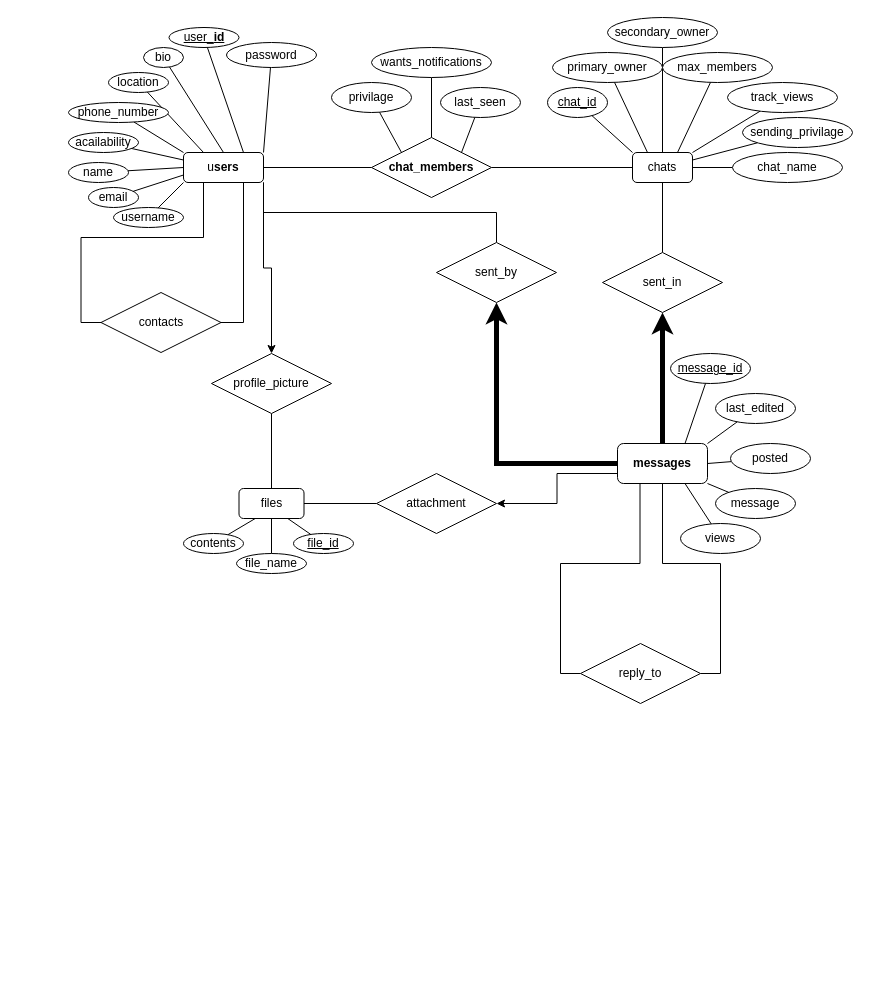
Earlier version of the draw.io diagram ER Diagram.drawio (ParkerTenBroeck/COSC_3P32). Source tidied: cells renumbered, new cells numbered last; positions are measured from the earlier drawing's top-left corner, leaving out a move shared by most shapes. Both pictures are drawn from the tidied source at 100%, with x=0, y=0 at pixel (68, 17).
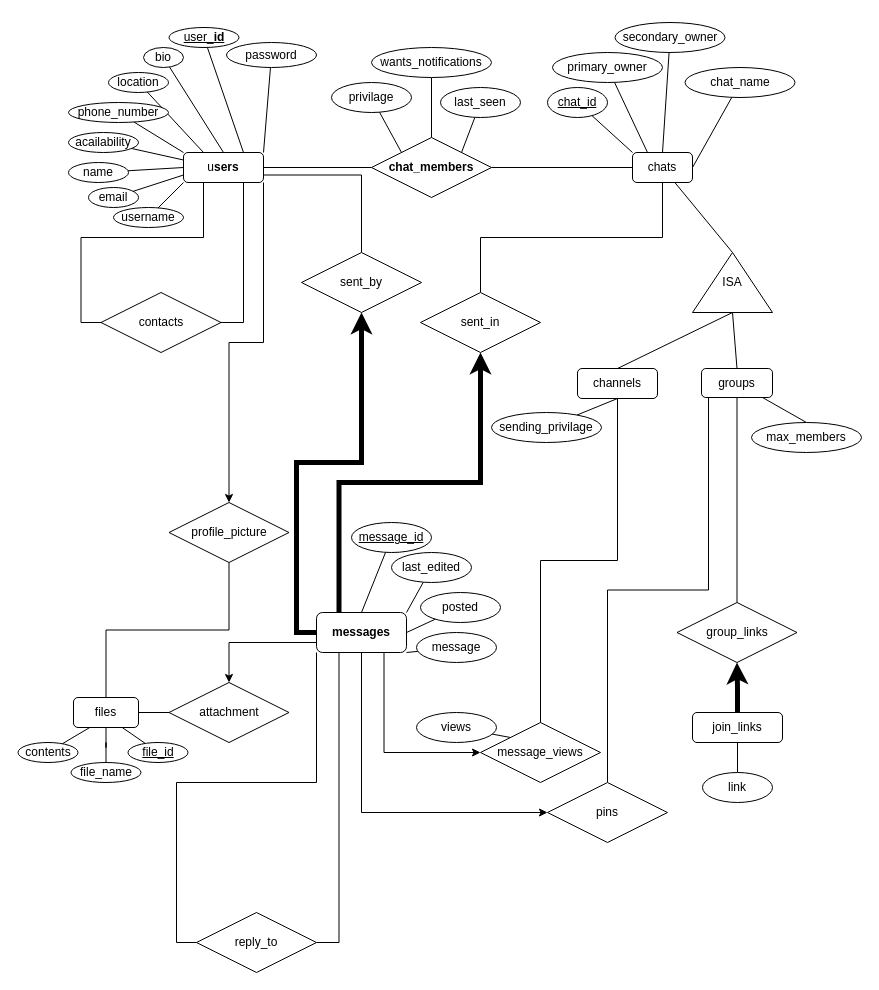
The same diagram, later.

Unchanged cells that the change refers to:
```xml
<mxCell id="22" value="u&lt;span style=&quot;font-weight: 700; background-color: initial;&quot;&gt;sers&lt;/span&gt;" style="rounded=1;whiteSpace=wrap;html=1;" parent="1" vertex="1">
  <mxGeometry x="115" y="135" width="80" height="30" as="geometry" />
</mxCell>
<mxCell id="39" value="chats" style="rounded=1;whiteSpace=wrap;html=1;" parent="1" vertex="1">
  <mxGeometry x="564" y="135" width="60" height="30" as="geometry" />
</mxCell>
```

Change to the diagram source:
```diff
@@
-    <mxCell id="19" style="edgeStyle=orthogonalEdgeStyle;rounded=0;jettySize=auto;html=1;exitX=1;exitY=1;exitDx=0;exitDy=0;endArrow=none;endFill=0;" parent="1" edge="1" source="22" target="63">
+    <mxCell id="19" style="edgeStyle=orthogonalEdgeStyle;rounded=0;jettySize=auto;html=1;exitX=1;exitY=0.75;exitDx=0;exitDy=0;endArrow=none;endFill=0;" parent="1" edge="1" source="22" target="63">
       <mxGeometry relative="1" as="geometry" />
     </mxCell>
@@
-    <mxCell id="32" style="rounded=0;jettySize=auto;html=1;exitX=0.75;exitY=0;exitDx=0;exitDy=0;endArrow=none;endFill=0;" parent="1" edge="1" source="39" target="45">
-      <mxGeometry relative="1" as="geometry" />
-    </mxCell>
-    <mxCell id="33" style="rounded=0;jettySize=auto;html=1;exitX=1;exitY=0;exitDx=0;exitDy=0;endArrow=none;endFill=0;" parent="1" edge="1" source="39" target="44">
-      <mxGeometry relative="1" as="geometry" />
-    </mxCell>
-    <mxCell id="34" style="rounded=0;jettySize=auto;html=1;exitX=1;exitY=0.25;exitDx=0;exitDy=0;endArrow=none;endFill=0;" parent="1" edge="1" source="39" target="43">
-      <mxGeometry relative="1" as="geometry" />
-    </mxCell>
@@
     <mxCell id="42" value="secondary_owner" style="ellipse;whiteSpace=wrap;html=1;" parent="1" vertex="1">
-      <mxGeometry x="539" width="110" height="30" as="geometry" />
+      <mxGeometry x="546.5" y="5" width="110" height="30" as="geometry" />
     </mxCell>
     <mxCell id="43" value="sending_privilage" style="ellipse;whiteSpace=wrap;html=1;" parent="1" vertex="1">
-      <mxGeometry x="674" y="100" width="110" height="30" as="geometry" />
+      <mxGeometry x="423" y="395" width="110" height="30" as="geometry" />
     </mxCell>
-    <mxCell id="44" value="track_views" style="ellipse;whiteSpace=wrap;html=1;" parent="1" vertex="1">
-      <mxGeometry x="659" y="65" width="110" height="30" as="geometry" />
-    </mxCell>
-    <mxCell id="45" value="max_members" style="ellipse;whiteSpace=wrap;html=1;" parent="1" vertex="1">
-      <mxGeometry x="594" y="35" width="110" height="30" as="geometry" />
-    </mxCell>
     <mxCell id="46" value="chat_name" style="ellipse;whiteSpace=wrap;html=1;" parent="1" vertex="1">
-      <mxGeometry x="664" y="135" width="110" height="30" as="geometry" />
+      <mxGeometry x="616.5" y="50" width="110" height="30" as="geometry" />
     </mxCell>
-    <mxCell id="47" style="edgeStyle=orthogonalEdgeStyle;rounded=0;jettySize=auto;html=1;exitX=0.5;exitY=0;exitDx=0;exitDy=0;strokeWidth=5;" parent="1" edge="1" source="57" target="62">
+    <mxCell id="47" style="edgeStyle=orthogonalEdgeStyle;rounded=0;jettySize=auto;html=1;exitX=0.25;exitY=0;exitDx=0;exitDy=0;strokeWidth=5;" parent="1" edge="1" source="57" target="62">
       <mxGeometry relative="1" as="geometry" />
     </mxCell>
@@
-    <mxCell id="49" style="rounded=0;jettySize=auto;html=1;exitX=0.75;exitY=0;exitDx=0;exitDy=0;endArrow=none;endFill=0;" parent="1" edge="1" source="57" target="58">
+    <mxCell id="49" style="rounded=0;jettySize=auto;html=1;exitX=0.5;exitY=0;exitDx=0;exitDy=0;endArrow=none;endFill=0;" parent="1" edge="1" source="57" target="58">
       <mxGeometry relative="1" as="geometry" />
     </mxCell>
@@
-    <mxCell id="53" style="rounded=0;jettySize=auto;html=1;exitX=0.75;exitY=1;exitDx=0;exitDy=0;endArrow=none;endFill=0;" parent="1" edge="1" source="57" target="74">
-      <mxGeometry relative="1" as="geometry" />
-    </mxCell>
@@
-    <mxCell id="55" style="edgeStyle=orthogonalEdgeStyle;rounded=0;jettySize=auto;html=1;exitX=0.5;exitY=1;exitDx=0;exitDy=0;entryX=1;entryY=0.5;entryDx=0;entryDy=0;endArrow=none;endFill=0;" parent="1" edge="1" source="57" target="78">
+    <mxCell id="55" style="edgeStyle=orthogonalEdgeStyle;rounded=0;jettySize=auto;html=1;exitX=0.25;exitY=1;exitDx=0;exitDy=0;entryX=1;entryY=0.5;entryDx=0;entryDy=0;endArrow=none;endFill=0;" parent="1" edge="1" source="57" target="78">
       <mxGeometry relative="1" as="geometry" />
     </mxCell>
-    <mxCell id="56" style="edgeStyle=orthogonalEdgeStyle;rounded=0;jettySize=auto;html=1;exitX=0.25;exitY=1;exitDx=0;exitDy=0;entryX=0;entryY=0.5;entryDx=0;entryDy=0;endArrow=none;endFill=0;" parent="1" edge="1" source="57" target="78">
+    <mxCell id="56" style="edgeStyle=orthogonalEdgeStyle;rounded=0;jettySize=auto;html=1;exitX=0;exitY=1;exitDx=0;exitDy=0;entryX=0;entryY=0.5;entryDx=0;entryDy=0;endArrow=none;endFill=0;" parent="1" edge="1" source="57" target="78">
       <mxGeometry relative="1" as="geometry" />
     </mxCell>
+    <mxCell id="81" style="edgeStyle=orthogonalEdgeStyle;rounded=0;jettySize=auto;html=1;exitX=0.75;exitY=1;exitDx=0;exitDy=0;entryX=0;entryY=0.5;entryDx=0;entryDy=0;" parent="1" edge="1" source="57" target="96">
+      <mxGeometry relative="1" as="geometry" />
+    </mxCell>
     <mxCell id="57" value="&lt;span style=&quot;font-weight: 700; text-wrap: nowrap;&quot;&gt;messages&lt;/span&gt;" style="rounded=1;whiteSpace=wrap;html=1;" parent="1" vertex="1">
-      <mxGeometry x="549" y="426" width="90" height="40" as="geometry" />
+      <mxGeometry x="248" y="595" width="90" height="40" as="geometry" />
     </mxCell>
     <mxCell id="58" value="&lt;u&gt;message_id&lt;/u&gt;" style="ellipse;whiteSpace=wrap;html=1;" parent="1" vertex="1">
-      <mxGeometry x="602" y="336" width="80" height="30" as="geometry" />
+      <mxGeometry x="283" y="505" width="80" height="30" as="geometry" />
     </mxCell>
     <mxCell id="59" value="message" style="ellipse;whiteSpace=wrap;html=1;" parent="1" vertex="1">
-      <mxGeometry x="647" y="471" width="80" height="30" as="geometry" />
+      <mxGeometry x="348" y="615" width="80" height="30" as="geometry" />
     </mxCell>
     <mxCell id="60" value="&lt;span style=&quot;text-align: left;&quot;&gt;posted&lt;/span&gt;" style="ellipse;whiteSpace=wrap;html=1;" parent="1" vertex="1">
-      <mxGeometry x="662" y="426" width="80" height="30" as="geometry" />
+      <mxGeometry x="352" y="575" width="80" height="30" as="geometry" />
     </mxCell>
     <mxCell id="61" value="&lt;span style=&quot;text-align: left;&quot;&gt;last_edited&lt;/span&gt;" style="ellipse;whiteSpace=wrap;html=1;" parent="1" vertex="1">
-      <mxGeometry x="647" y="376" width="80" height="30" as="geometry" />
+      <mxGeometry x="323" y="535" width="80" height="30" as="geometry" />
     </mxCell>
     <mxCell id="62" value="sent_in" style="shape=rhombus;perimeter=rhombusPerimeter;whiteSpace=wrap;html=1;align=center;" parent="1" vertex="1">
-      <mxGeometry x="534" y="235" width="120" height="60" as="geometry" />
+      <mxGeometry x="352" y="275" width="120" height="60" as="geometry" />
     </mxCell>
     <mxCell id="63" value="sent_by" style="shape=rhombus;perimeter=rhombusPerimeter;whiteSpace=wrap;html=1;align=center;" parent="1" vertex="1">
-      <mxGeometry x="368" y="225" width="120" height="60" as="geometry" />
+      <mxGeometry x="233" y="235" width="120" height="60" as="geometry" />
     </mxCell>
@@
     <mxCell id="65" value="attachment" style="shape=rhombus;perimeter=rhombusPerimeter;whiteSpace=wrap;html=1;align=center;" parent="1" vertex="1">
-      <mxGeometry x="308" y="456" width="120" height="60" as="geometry" />
+      <mxGeometry x="100.5" y="665" width="120" height="60" as="geometry" />
     </mxCell>
@@
     <mxCell id="68" value="files" style="rounded=1;whiteSpace=wrap;html=1;" parent="1" vertex="1">
-      <mxGeometry x="170.5" y="471" width="65" height="30" as="geometry" />
+      <mxGeometry x="5" y="680" width="65" height="30" as="geometry" />
     </mxCell>
     <mxCell id="69" value="&lt;u&gt;file_id&lt;/u&gt;" style="ellipse;whiteSpace=wrap;html=1;" parent="1" vertex="1">
-      <mxGeometry x="225" y="516" width="60" height="20" as="geometry" />
+      <mxGeometry x="59.5" y="725" width="60" height="20" as="geometry" />
     </mxCell>
@@
     <mxCell id="71" value="file_name" style="ellipse;whiteSpace=wrap;html=1;" parent="1" vertex="1">
-      <mxGeometry x="168" y="536" width="70" height="20" as="geometry" />
+      <mxGeometry x="2.5" y="745" width="70" height="20" as="geometry" />
     </mxCell>
     <mxCell id="72" value="contents" style="ellipse;whiteSpace=wrap;html=1;" parent="1" vertex="1">
-      <mxGeometry x="115" y="516" width="60" height="20" as="geometry" />
+      <mxGeometry x="-50.5" y="725" width="60" height="20" as="geometry" />
     </mxCell>
@@
     <mxCell id="74" value="&lt;span style=&quot;text-align: left;&quot;&gt;views&lt;/span&gt;" style="ellipse;whiteSpace=wrap;html=1;" parent="1" vertex="1">
-      <mxGeometry x="612" y="506" width="80" height="30" as="geometry" />
+      <mxGeometry x="348" y="695" width="80" height="30" as="geometry" />
     </mxCell>
@@
     <mxCell id="76" value="profile_picture" style="shape=rhombus;perimeter=rhombusPerimeter;whiteSpace=wrap;html=1;align=center;" parent="1" vertex="1">
-      <mxGeometry x="143" y="336" width="120" height="60" as="geometry" />
+      <mxGeometry x="100.5" y="485" width="120" height="60" as="geometry" />
     </mxCell>
@@
     <mxCell id="78" value="reply_to" style="shape=rhombus;perimeter=rhombusPerimeter;whiteSpace=wrap;html=1;align=center;" parent="1" vertex="1">
-      <mxGeometry x="512" y="626" width="120" height="60" as="geometry" />
+      <mxGeometry x="128" y="895" width="120" height="60" as="geometry" />
     </mxCell>
@@
+    <mxCell id="82" style="rounded=0;jettySize=auto;html=1;exitX=1;exitY=0.5;exitDx=0;exitDy=0;endArrow=none;endFill=0;" parent="1" edge="1" source="83" target="39">
+      <mxGeometry relative="1" as="geometry" />
+    </mxCell>
+    <mxCell id="83" value="ISA" style="triangle;whiteSpace=wrap;html=1;direction=north;" parent="1" vertex="1">
+      <mxGeometry x="624" y="235" width="80" height="60" as="geometry" />
+    </mxCell>
+    <mxCell id="84" style="rounded=0;jettySize=auto;html=1;exitX=0.5;exitY=0;exitDx=0;exitDy=0;entryX=0;entryY=0.5;entryDx=0;entryDy=0;endArrow=none;endFill=0;" parent="1" edge="1" source="87" target="83">
+      <mxGeometry relative="1" as="geometry" />
+    </mxCell>
+    <mxCell id="85" style="edgeStyle=orthogonalEdgeStyle;rounded=0;jettySize=auto;html=1;exitX=0.099;exitY=0.966;exitDx=0;exitDy=0;endArrow=none;endFill=0;exitPerimeter=0;" parent="1" edge="1" source="87" target="93">
+      <mxGeometry relative="1" as="geometry" />
+    </mxCell>
+    <mxCell id="86" style="edgeStyle=orthogonalEdgeStyle;rounded=0;jettySize=auto;html=1;exitX=0.5;exitY=1;exitDx=0;exitDy=0;endArrow=none;endFill=0;" parent="1" edge="1" source="87" target="101">
+      <mxGeometry relative="1" as="geometry" />
+    </mxCell>
+    <mxCell id="87" value="groups" style="rounded=1;whiteSpace=wrap;html=1;" parent="1" vertex="1">
+      <mxGeometry x="633" y="351" width="71" height="29" as="geometry" />
+    </mxCell>
+    <mxCell id="88" style="rounded=0;jettySize=auto;html=1;exitX=0.5;exitY=0;exitDx=0;exitDy=0;entryX=0;entryY=0.5;entryDx=0;entryDy=0;endArrow=none;endFill=0;" parent="1" edge="1" source="90" target="83">
+      <mxGeometry relative="1" as="geometry" />
+    </mxCell>
+    <mxCell id="89" style="rounded=0;jettySize=auto;html=1;exitX=0.5;exitY=1;exitDx=0;exitDy=0;endArrow=none;endFill=0;" parent="1" edge="1" source="90" target="43">
+      <mxGeometry relative="1" as="geometry" />
+    </mxCell>
+    <mxCell id="90" value="channels" style="rounded=1;whiteSpace=wrap;html=1;" parent="1" vertex="1">
+      <mxGeometry x="509" y="351" width="80" height="30" as="geometry" />
+    </mxCell>
+    <mxCell id="91" style="rounded=0;jettySize=auto;html=1;exitX=0.5;exitY=0;exitDx=0;exitDy=0;endArrow=none;endFill=0;" parent="1" edge="1" source="45" target="87">
+      <mxGeometry relative="1" as="geometry" />
+    </mxCell>
+    <mxCell id="45" value="max_members" style="ellipse;whiteSpace=wrap;html=1;" parent="1" vertex="1">
+      <mxGeometry x="683" y="405" width="110" height="30" as="geometry" />
+    </mxCell>
+    <mxCell id="92" style="edgeStyle=orthogonalEdgeStyle;rounded=0;jettySize=auto;html=1;exitX=0;exitY=0.5;exitDx=0;exitDy=0;endArrow=none;endFill=0;startArrow=classic;startFill=1;" parent="1" edge="1" source="93" target="57">
+      <mxGeometry relative="1" as="geometry" />
+    </mxCell>
+    <mxCell id="93" value="pins" style="shape=rhombus;perimeter=rhombusPerimeter;whiteSpace=wrap;html=1;align=center;" parent="1" vertex="1">
+      <mxGeometry x="479" y="765" width="120" height="60" as="geometry" />
+    </mxCell>
+    <mxCell id="94" style="rounded=0;jettySize=auto;html=1;exitX=0;exitY=0;exitDx=0;exitDy=0;endArrow=none;endFill=0;" parent="1" edge="1" source="96" target="74">
+      <mxGeometry relative="1" as="geometry" />
+    </mxCell>
+    <mxCell id="95" style="edgeStyle=orthogonalEdgeStyle;rounded=0;jettySize=auto;html=1;exitX=0.5;exitY=0;exitDx=0;exitDy=0;endArrow=none;endFill=0;" parent="1" edge="1" source="96" target="90">
+      <mxGeometry relative="1" as="geometry" />
+    </mxCell>
+    <mxCell id="96" value="message_views" style="shape=rhombus;perimeter=rhombusPerimeter;whiteSpace=wrap;html=1;align=center;" parent="1" vertex="1">
+      <mxGeometry x="412" y="705" width="120" height="60" as="geometry" />
+    </mxCell>
+    <mxCell id="97" style="edgeStyle=orthogonalEdgeStyle;rounded=0;jettySize=auto;html=1;exitX=0.5;exitY=0;exitDx=0;exitDy=0;strokeWidth=5;" parent="1" edge="1" source="98" target="101">
+      <mxGeometry relative="1" as="geometry" />
+    </mxCell>
+    <mxCell id="98" value="join_links" style="rounded=1;whiteSpace=wrap;html=1;" parent="1" vertex="1">
+      <mxGeometry x="624" y="695" width="90" height="30" as="geometry" />
+    </mxCell>
+    <mxCell id="99" style="rounded=0;jettySize=auto;html=1;exitX=0.5;exitY=0;exitDx=0;exitDy=0;endArrow=none;endFill=0;" parent="1" edge="1" source="100" target="98">
+      <mxGeometry relative="1" as="geometry" />
+    </mxCell>
+    <mxCell id="100" value="link" style="ellipse;whiteSpace=wrap;html=1;" parent="1" vertex="1">
+      <mxGeometry x="634" y="755" width="70" height="30" as="geometry" />
+    </mxCell>
+    <mxCell id="101" value="group_links" style="shape=rhombus;perimeter=rhombusPerimeter;whiteSpace=wrap;html=1;align=center;" parent="1" vertex="1">
+      <mxGeometry x="608.5" y="585" width="120" height="60" as="geometry" />
+    </mxCell>
```
